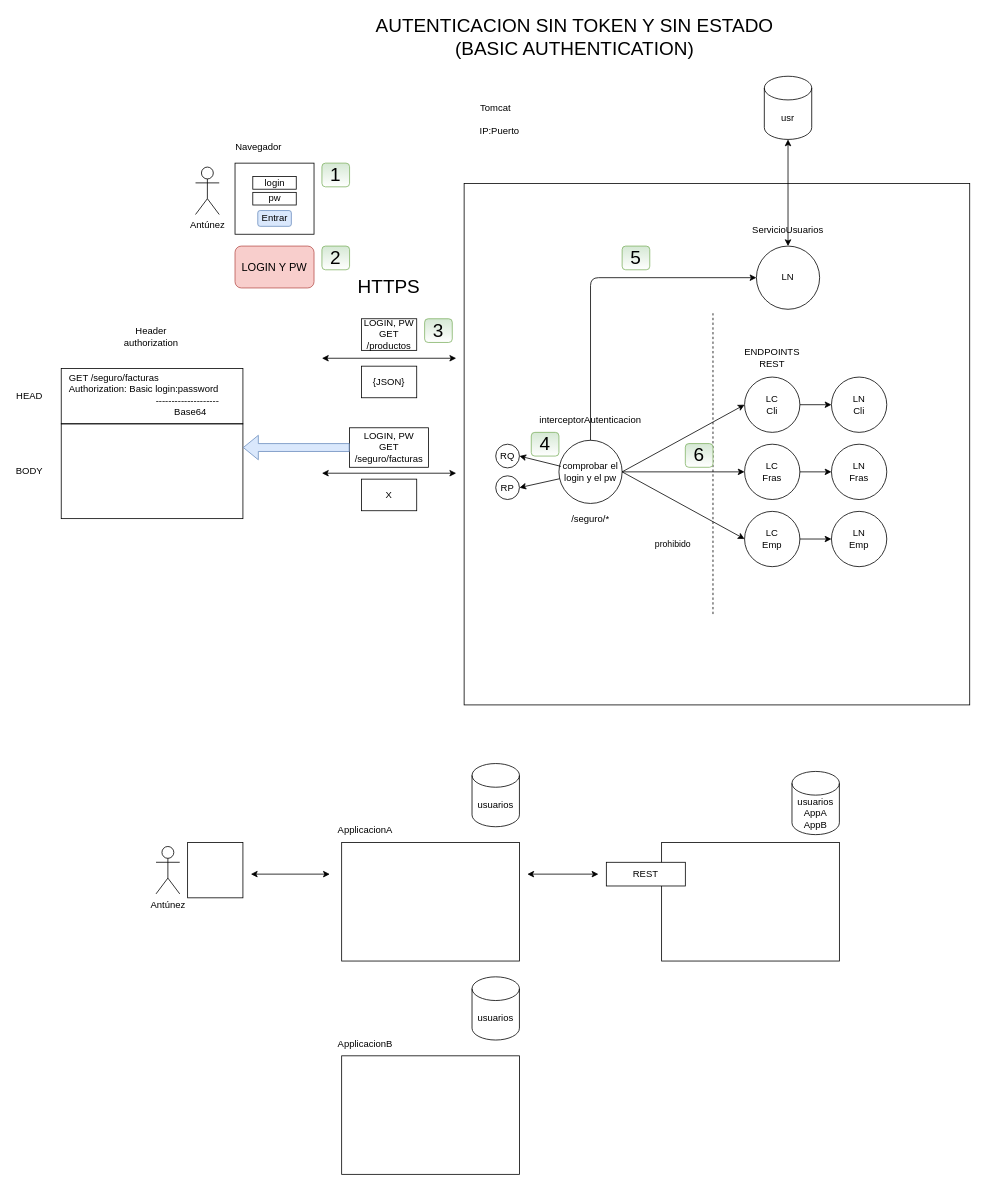
Earlier version of the draw.io diagram page "Página-3" (5 of 29) of seguridad.drawio (lrag/seguridad_java). Source tidied: cells renumbered, new cells numbered last; positions are measured from the earlier drawing's top-left corner, leaving out a move shared by most shapes. Both pictures are drawn from the tidied source at 79%, with x=0, y=0 at pixel (13, 28).
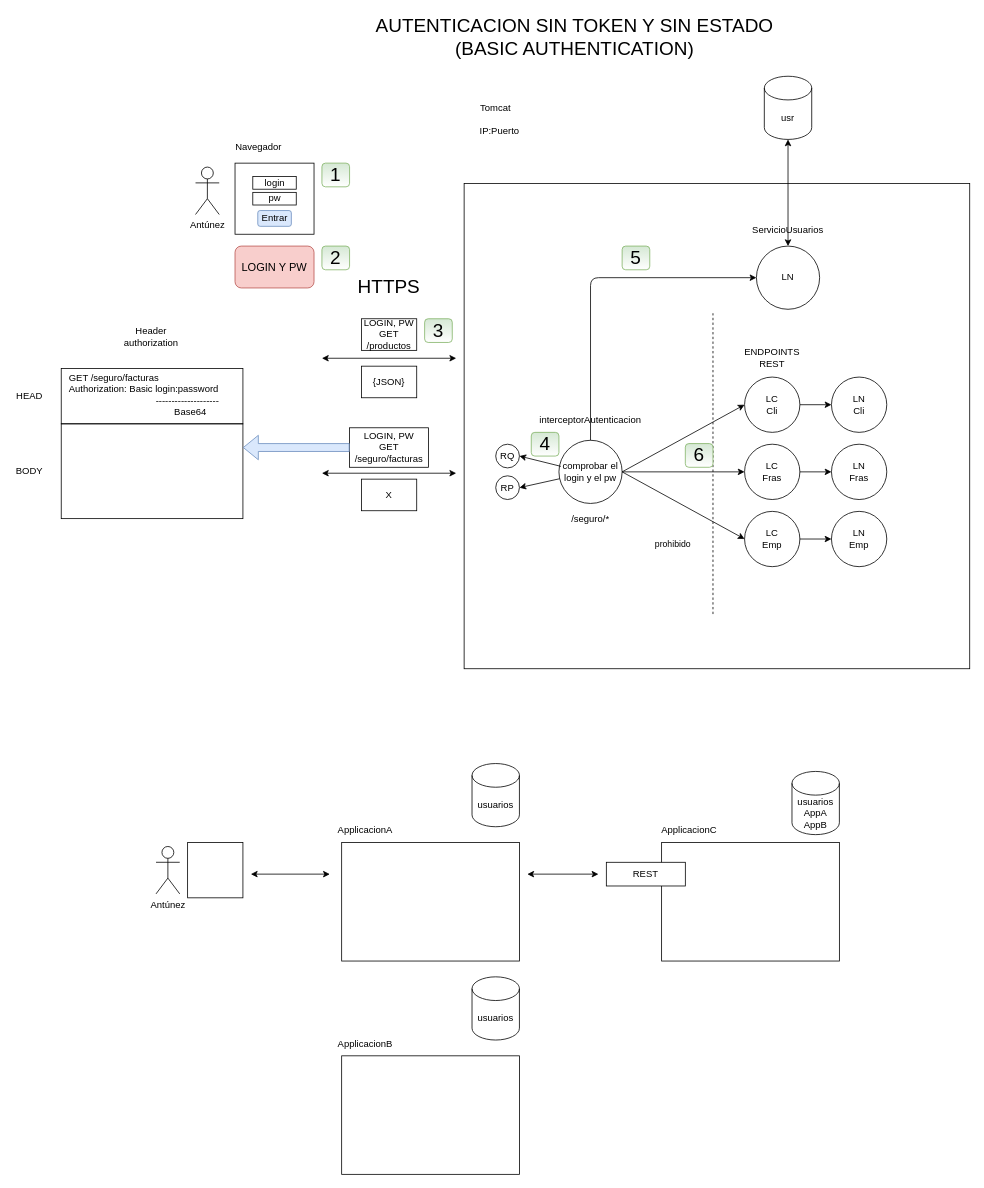
The same diagram, later.

The edit, as a diff of the source:
```diff
@@
     <mxCell id="3" style="rounded=0;whiteSpace=wrap;html=1;fillColor=none;" parent="1" vertex="1">
-      <mxGeometry x="570" y="195.8" width="640" height="660" as="geometry" />
+      <mxGeometry x="570" y="195.8" width="640" height="614.2" as="geometry" />
     </mxCell>
@@
+    <mxCell id="73" value="ApplicacionC" style="text;html=1;strokeColor=none;fillColor=none;align=center;verticalAlign=middle;whiteSpace=wrap;rounded=0;" parent="1" vertex="1">
+      <mxGeometry x="825" y="1000" width="60" height="30" as="geometry" />
+    </mxCell>
```
